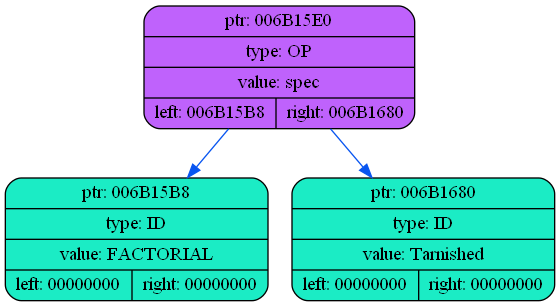
coffee8cat/Elden-language keeps this Graphviz diagram as dump/dump2.png. Above is the earlier version. Its source is kept beside it as dump/dump2.dot.
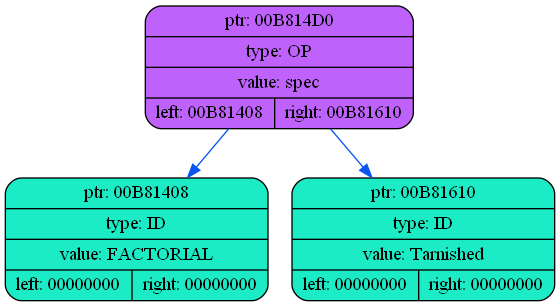
After the change.

The edit, as a diff of the source:
```diff
@@ -2,9 +2,9 @@
 {
     rankdir=TP
 
-        node006B15E0[shape=record,style="rounded,filled",fillcolor="#BF62FC",label="{ ptr: 006B15E0 | type: OP | value: spec| { left: 006B15B8 | right: 006B1680 }}"];
-    node006B15E0 -> node006B15B8[color="#0855F0"]
-    node006B15B8[shape=record,style="rounded,filled",fillcolor="#1BECC5",label="{ ptr: 006B15B8 | type: ID | value: FACTORIAL| { left: 00000000 | right: 00000000 }}"];
-    node006B15E0 -> node006B1680[color="#0855F0"]
-    node006B1680[shape=record,style="rounded,filled",fillcolor="#1BECC5",label="{ ptr: 006B1680 | type: ID | value: Tarnished| { left: 00000000 | right: 00000000 }}"];
+        node00B814D0[shape=record,style="rounded,filled",fillcolor="#BF62FC",label="{ ptr: 00B814D0 | type: OP | value: spec| { left: 00B81408 | right: 00B81610 }}"];
+    node00B814D0 -> node00B81408[color="#0855F0"]
+    node00B81408[shape=record,style="rounded,filled",fillcolor="#1BECC5",label="{ ptr: 00B81408 | type: ID | value: FACTORIAL| { left: 00000000 | right: 00000000 }}"];
+    node00B814D0 -> node00B81610[color="#0855F0"]
+    node00B81610[shape=record,style="rounded,filled",fillcolor="#1BECC5",label="{ ptr: 00B81610 | type: ID | value: Tarnished| { left: 00000000 | right: 00000000 }}"];
 }
```
